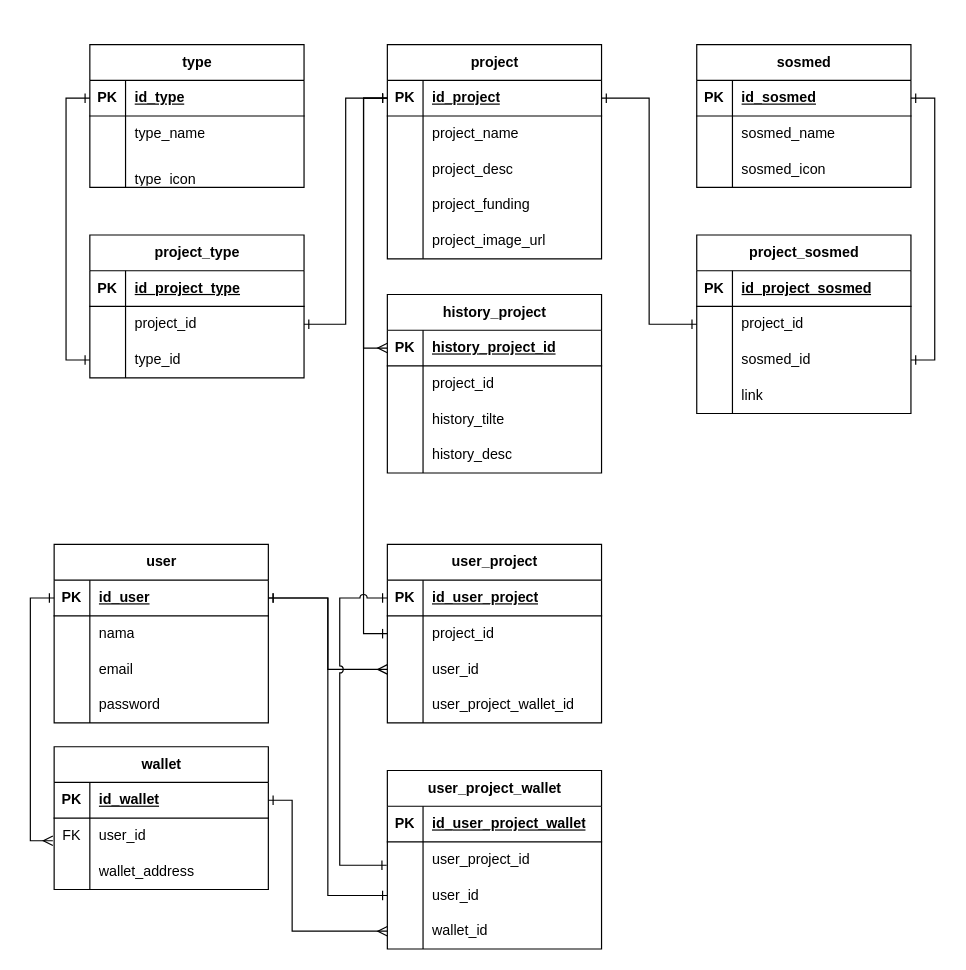
Above: gitdrop.drawio in zerodevid/database_draw_io (draw.io), before the change. Source tidied: cells renumbered, new cells numbered last; positions are measured from the earlier drawing's top-left corner, leaving out a move shared by most shapes. Both pictures are drawn from the tidied source at 119%, with x=0, y=0 at pixel (30, 44).
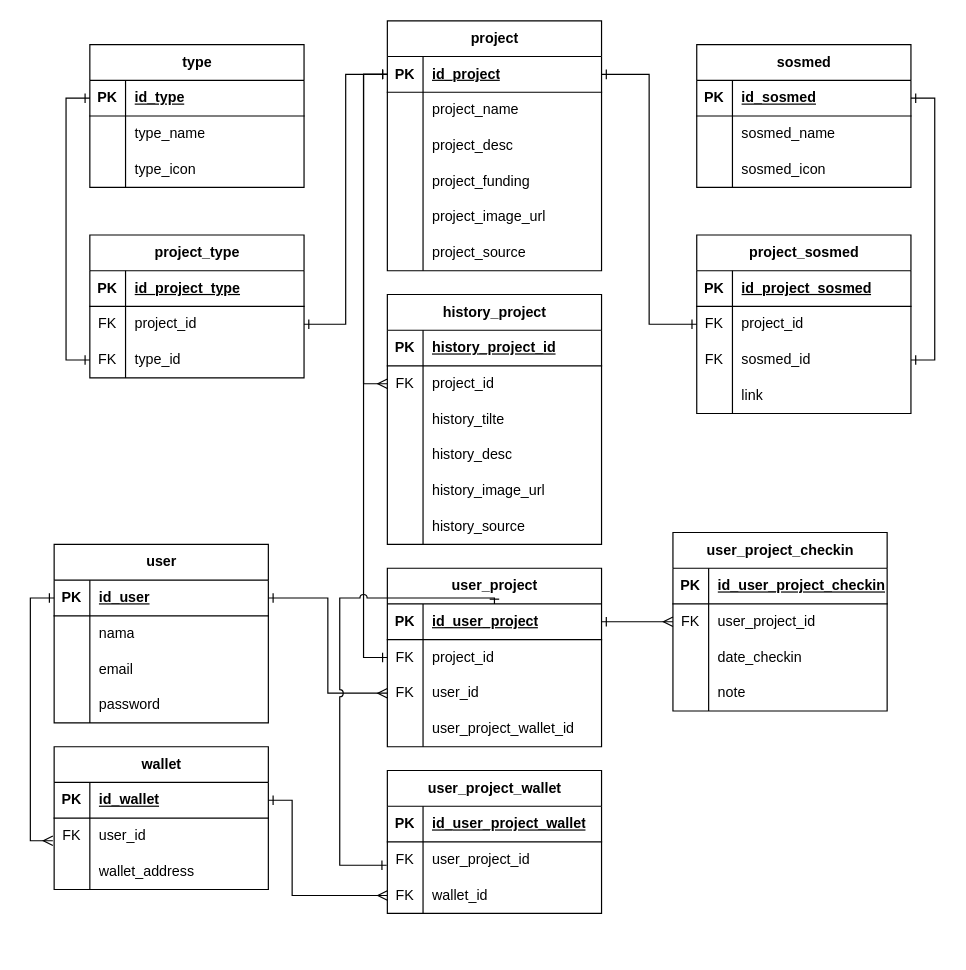
The same page after the edit.

The change refers to these unchanged cells:
```xml
<mxCell id="3" style="shape=tableRow;horizontal=0;startSize=0;swimlaneHead=0;swimlaneBody=0;fillColor=none;points=[[0,0.5],[1,0.5]];portConstraint=eastwest;top=0;left=0;right=0;bottom=1;" parent="2" vertex="1">
  <mxGeometry y="30" width="180" height="30" as="geometry" />
</mxCell>
<mxCell id="16" style="shape=tableRow;horizontal=0;startSize=0;swimlaneHead=0;swimlaneBody=0;fillColor=none;points=[[0,0.5],[1,0.5]];portConstraint=eastwest;top=0;left=0;right=0;bottom=1;" parent="15" vertex="1">
  <mxGeometry y="30" width="180" height="30" as="geometry" />
</mxCell>
<mxCell id="19" style="shape=tableRow;horizontal=0;startSize=0;swimlaneHead=0;swimlaneBody=0;fillColor=none;points=[[0,0.5],[1,0.5]];portConstraint=eastwest;top=0;left=0;right=0;bottom=0;" parent="15" vertex="1">
  <mxGeometry y="60" width="180" height="30" as="geometry" />
</mxCell>
<mxCell id="30" style="shape=tableRow;horizontal=0;startSize=0;swimlaneHead=0;swimlaneBody=0;fillColor=none;points=[[0,0.5],[1,0.5]];portConstraint=eastwest;top=0;left=0;right=0;bottom=1;" parent="29" vertex="1">
  <mxGeometry y="30" width="180" height="30" as="geometry" />
</mxCell>
<mxCell id="40" style="shape=tableRow;horizontal=0;startSize=0;swimlaneHead=0;swimlaneBody=0;fillColor=none;points=[[0,0.5],[1,0.5]];portConstraint=eastwest;top=0;left=0;right=0;bottom=1;" parent="39" vertex="1">
  <mxGeometry y="30" width="180" height="30" as="geometry" />
</mxCell>
<mxCell id="43" style="shape=tableRow;horizontal=0;startSize=0;swimlaneHead=0;swimlaneBody=0;fillColor=none;points=[[0,0.5],[1,0.5]];portConstraint=eastwest;top=0;left=0;right=0;bottom=0;" parent="39" vertex="1">
  <mxGeometry y="60" width="180" height="30" as="geometry" />
</mxCell>
<mxCell id="46" style="shape=tableRow;horizontal=0;startSize=0;swimlaneHead=0;swimlaneBody=0;fillColor=none;points=[[0,0.5],[1,0.5]];portConstraint=eastwest;top=0;left=0;right=0;bottom=0;" parent="39" vertex="1">
  <mxGeometry y="90" width="180" height="30" as="geometry" />
</mxCell>
<mxCell id="59" style="shape=tableRow;horizontal=0;startSize=0;swimlaneHead=0;swimlaneBody=0;fillColor=none;top=0;left=0;right=0;bottom=0;" parent="52" vertex="1">
  <mxGeometry y="90" width="180" height="30" as="geometry" />
</mxCell>
<mxCell id="63" style="shape=tableRow;horizontal=0;startSize=0;swimlaneHead=0;swimlaneBody=0;fillColor=none;points=[[0,0.5],[1,0.5]];portConstraint=eastwest;top=0;left=0;right=0;bottom=1;" parent="62" vertex="1">
  <mxGeometry y="30" width="180" height="30" as="geometry" />
</mxCell>
<mxCell id="92" style="shape=tableRow;horizontal=0;startSize=0;swimlaneHead=0;swimlaneBody=0;fillColor=none;points=[[0,0.5],[1,0.5]];portConstraint=eastwest;top=0;left=0;right=0;bottom=0;" parent="88" vertex="1">
  <mxGeometry y="60" width="180" height="30" as="geometry" />
</mxCell>
<mxCell id="95" style="shape=tableRow;horizontal=0;startSize=0;swimlaneHead=0;swimlaneBody=0;fillColor=none;points=[[0,0.5],[1,0.5]];portConstraint=eastwest;top=0;left=0;right=0;bottom=0;" parent="88" vertex="1">
  <mxGeometry y="90" width="180" height="30" as="geometry" />
</mxCell>
<mxCell id="105" style="shape=tableRow;horizontal=0;startSize=0;swimlaneHead=0;swimlaneBody=0;fillColor=none;points=[[0,0.5],[1,0.5]];portConstraint=eastwest;top=0;left=0;right=0;bottom=0;" parent="101" vertex="1">
  <mxGeometry y="60" width="180" height="30" as="geometry" />
</mxCell>
<mxCell id="108" style="shape=tableRow;horizontal=0;startSize=0;swimlaneHead=0;swimlaneBody=0;fillColor=none;points=[[0,0.5],[1,0.5]];portConstraint=eastwest;top=0;left=0;right=0;bottom=0;" parent="101" vertex="1">
  <mxGeometry y="90" width="180" height="30" as="geometry" />
</mxCell>
<mxCell id="122" style="shape=tableRow;horizontal=0;startSize=0;swimlaneHead=0;swimlaneBody=0;fillColor=none;points=[[0,0.5],[1,0.5]];portConstraint=eastwest;top=0;left=0;right=0;bottom=0;" parent="118" vertex="1">
  <mxGeometry y="60" width="180" height="30" as="geometry" />
</mxCell>
```

The edit, as a diff of the source:
```diff
@@
     <mxCell id="15" value="history_project" style="shape=table;startSize=30;childLayout=tableLayout;rowLines=0;fontStyle=1;align=center;html=1;" parent="1" vertex="1">
-      <mxGeometry x="300" y="210" width="180" height="150" as="geometry" />
+      <mxGeometry x="300" y="210" width="180" height="210" as="geometry" />
     </mxCell>
@@
-    <mxCell id="20" style="shape=partialRectangle;fillColor=none;top=0;left=0;bottom=0;right=0;overflow=hidden;whiteSpace=wrap;html=1;" parent="19" vertex="1">
+    <mxCell id="20" value="FK" style="shape=partialRectangle;fillColor=none;top=0;left=0;bottom=0;right=0;overflow=hidden;whiteSpace=wrap;html=1;" parent="19" vertex="1">
       <mxGeometry width="30" height="30" as="geometry" />
     </mxCell>
@@
+    <mxCell id="134" style="shape=tableRow;horizontal=0;startSize=0;swimlaneHead=0;swimlaneBody=0;fillColor=none;top=0;left=0;right=0;bottom=0;" parent="15" vertex="1">
+      <mxGeometry y="150" width="180" height="30" as="geometry" />
+    </mxCell>
+    <mxCell id="135" style="shape=partialRectangle;fillColor=none;top=0;left=0;bottom=0;right=0;overflow=hidden;whiteSpace=wrap;html=1;" parent="134" vertex="1">
+      <mxGeometry width="30" height="30" as="geometry" />
+    </mxCell>
+    <mxCell id="136" value="history_image_url" style="shape=partialRectangle;fillColor=none;top=0;left=0;bottom=0;right=0;align=left;spacingLeft=6;overflow=hidden;whiteSpace=wrap;html=1;" parent="134" vertex="1">
+      <mxGeometry x="30" width="150" height="30" as="geometry" />
+    </mxCell>
+    <mxCell id="137" style="shape=tableRow;horizontal=0;startSize=0;swimlaneHead=0;swimlaneBody=0;fillColor=none;top=0;left=0;right=0;bottom=0;" parent="15" vertex="1">
+      <mxGeometry y="180" width="180" height="30" as="geometry" />
+    </mxCell>
+    <mxCell id="138" style="shape=partialRectangle;fillColor=none;top=0;left=0;bottom=0;right=0;overflow=hidden;whiteSpace=wrap;html=1;" parent="137" vertex="1">
+      <mxGeometry width="30" height="30" as="geometry" />
+    </mxCell>
+    <mxCell id="139" value="history_source" style="shape=partialRectangle;fillColor=none;top=0;left=0;bottom=0;right=0;align=left;spacingLeft=6;overflow=hidden;whiteSpace=wrap;html=1;" parent="137" vertex="1">
+      <mxGeometry x="30" width="150" height="30" as="geometry" />
+    </mxCell>
@@
     <mxCell id="39" value="user_project" style="shape=table;startSize=30;childLayout=tableLayout;rowLines=0;fontStyle=1;align=center;html=1;" parent="1" vertex="1">
-      <mxGeometry x="300" y="420" width="180" height="150" as="geometry" />
+      <mxGeometry x="300" y="440" width="180" height="150" as="geometry" />
     </mxCell>
@@
-    <mxCell id="44" style="shape=partialRectangle;fillColor=none;top=0;left=0;bottom=0;right=0;overflow=hidden;whiteSpace=wrap;html=1;" parent="43" vertex="1">
+    <mxCell id="44" value="FK" style="shape=partialRectangle;fillColor=none;top=0;left=0;bottom=0;right=0;overflow=hidden;whiteSpace=wrap;html=1;" parent="43" vertex="1">
       <mxGeometry width="30" height="30" as="geometry" />
     </mxCell>
@@
-    <mxCell id="47" style="shape=partialRectangle;fillColor=none;top=0;left=0;bottom=0;right=0;overflow=hidden;whiteSpace=wrap;html=1;" parent="46" vertex="1">
+    <mxCell id="47" value="FK" style="shape=partialRectangle;fillColor=none;top=0;left=0;bottom=0;right=0;overflow=hidden;whiteSpace=wrap;html=1;" parent="46" vertex="1">
       <mxGeometry width="30" height="30" as="geometry" />
     </mxCell>
@@
-    <mxCell id="61" value="&lt;div&gt;&lt;br&gt;&lt;/div&gt;type_icon" style="shape=partialRectangle;fillColor=none;top=0;left=0;bottom=0;right=0;align=left;spacingLeft=6;overflow=hidden;whiteSpace=wrap;html=1;" parent="59" vertex="1">
+    <mxCell id="61" value="&lt;div&gt;&lt;span style=&quot;background-color: transparent; color: light-dark(rgb(0, 0, 0), rgb(255, 255, 255));&quot;&gt;type_icon&lt;/span&gt;&lt;/div&gt;" style="shape=partialRectangle;fillColor=none;top=0;left=0;bottom=0;right=0;align=left;spacingLeft=6;overflow=hidden;whiteSpace=wrap;html=1;" parent="59" vertex="1">
       <mxGeometry x="30" width="150" height="30" as="geometry" />
     </mxCell>
     <mxCell id="62" value="project" style="shape=table;startSize=30;childLayout=tableLayout;rowLines=0;fontStyle=1;align=center;html=1;" parent="1" vertex="1">
-      <mxGeometry x="300" width="180" height="180" as="geometry" />
+      <mxGeometry x="300" y="-20" width="180" height="210" as="geometry" />
     </mxCell>
@@
+    <mxCell id="140" style="shape=tableRow;horizontal=0;startSize=0;swimlaneHead=0;swimlaneBody=0;fillColor=none;top=0;left=0;right=0;bottom=0;" parent="62" vertex="1">
+      <mxGeometry y="180" width="180" height="30" as="geometry" />
+    </mxCell>
+    <mxCell id="141" style="shape=partialRectangle;fillColor=none;top=0;left=0;bottom=0;right=0;overflow=hidden;whiteSpace=wrap;html=1;" parent="140" vertex="1">
+      <mxGeometry width="30" height="30" as="geometry" />
+    </mxCell>
+    <mxCell id="142" value="project_source" style="shape=partialRectangle;fillColor=none;top=0;left=0;bottom=0;right=0;align=left;spacingLeft=6;overflow=hidden;whiteSpace=wrap;html=1;" parent="140" vertex="1">
+      <mxGeometry x="30" width="150" height="30" as="geometry" />
+    </mxCell>
@@
-    <mxCell id="93" style="shape=partialRectangle;fillColor=none;top=0;left=0;bottom=0;right=0;overflow=hidden;whiteSpace=wrap;html=1;" parent="92" vertex="1">
+    <mxCell id="93" value="FK" style="shape=partialRectangle;fillColor=none;top=0;left=0;bottom=0;right=0;overflow=hidden;whiteSpace=wrap;html=1;" parent="92" vertex="1">
       <mxGeometry width="30" height="30" as="geometry" />
     </mxCell>
@@
-    <mxCell id="96" style="shape=partialRectangle;fillColor=none;top=0;left=0;bottom=0;right=0;overflow=hidden;whiteSpace=wrap;html=1;" parent="95" vertex="1">
+    <mxCell id="96" value="FK" style="shape=partialRectangle;fillColor=none;top=0;left=0;bottom=0;right=0;overflow=hidden;whiteSpace=wrap;html=1;" parent="95" vertex="1">
       <mxGeometry width="30" height="30" as="geometry" />
     </mxCell>
@@
-    <mxCell id="106" style="shape=partialRectangle;fillColor=none;top=0;left=0;bottom=0;right=0;overflow=hidden;whiteSpace=wrap;html=1;" parent="105" vertex="1">
+    <mxCell id="106" value="FK" style="shape=partialRectangle;fillColor=none;top=0;left=0;bottom=0;right=0;overflow=hidden;whiteSpace=wrap;html=1;" parent="105" vertex="1">
       <mxGeometry width="30" height="30" as="geometry" />
     </mxCell>
@@
-    <mxCell id="109" style="shape=partialRectangle;fillColor=none;top=0;left=0;bottom=0;right=0;overflow=hidden;whiteSpace=wrap;html=1;" parent="108" vertex="1">
+    <mxCell id="109" value="FK" style="shape=partialRectangle;fillColor=none;top=0;left=0;bottom=0;right=0;overflow=hidden;whiteSpace=wrap;html=1;" parent="108" vertex="1">
       <mxGeometry width="30" height="30" as="geometry" />
     </mxCell>
@@
-    <mxCell id="115" style="edgeStyle=orthogonalEdgeStyle;rounded=0;jettySize=auto;html=1;entryX=0;entryY=0.5;entryDx=0;entryDy=0;startArrow=ERone;startFill=0;endArrow=ERmany;endFill=0;" parent="1" edge="1" source="63" target="16">
+    <mxCell id="115" style="edgeStyle=orthogonalEdgeStyle;rounded=0;jettySize=auto;html=1;entryX=0;entryY=0.5;entryDx=0;entryDy=0;startArrow=ERone;startFill=0;endArrow=ERmany;endFill=0;" parent="1" edge="1" source="63" target="19">
       <mxGeometry relative="1" as="geometry" />
     </mxCell>
@@
     <mxCell id="118" value="user_project_wallet" style="shape=table;startSize=30;childLayout=tableLayout;rowLines=0;fontStyle=1;align=center;html=1;" parent="1" vertex="1">
-      <mxGeometry x="300" y="610" width="180" height="150" as="geometry" />
+      <mxGeometry x="300" y="610" width="180" height="120" as="geometry" />
     </mxCell>
@@
-    <mxCell id="123" style="shape=partialRectangle;fillColor=none;top=0;left=0;bottom=0;right=0;overflow=hidden;whiteSpace=wrap;html=1;" parent="122" vertex="1">
+    <mxCell id="123" value="FK" style="shape=partialRectangle;fillColor=none;top=0;left=0;bottom=0;right=0;overflow=hidden;whiteSpace=wrap;html=1;" parent="122" vertex="1">
       <mxGeometry width="30" height="30" as="geometry" />
     </mxCell>
@@
-    <mxCell id="125" style="shape=tableRow;horizontal=0;startSize=0;swimlaneHead=0;swimlaneBody=0;fillColor=none;points=[[0,0.5],[1,0.5]];portConstraint=eastwest;top=0;left=0;right=0;bottom=0;" parent="118" vertex="1">
-      <mxGeometry y="90" width="180" height="30" as="geometry" />
-    </mxCell>
-    <mxCell id="126" style="shape=partialRectangle;fillColor=none;top=0;left=0;bottom=0;right=0;overflow=hidden;whiteSpace=wrap;html=1;" parent="125" vertex="1">
-      <mxGeometry width="30" height="30" as="geometry" />
-    </mxCell>
-    <mxCell id="127" value="user_id" style="shape=partialRectangle;fillColor=none;top=0;left=0;bottom=0;right=0;align=left;spacingLeft=6;overflow=hidden;whiteSpace=wrap;html=1;" parent="125" vertex="1">
-      <mxGeometry x="30" width="150" height="30" as="geometry" />
-    </mxCell>
     <mxCell id="128" style="shape=tableRow;horizontal=0;startSize=0;swimlaneHead=0;swimlaneBody=0;fillColor=none;points=[[0,0.5],[1,0.5]];portConstraint=eastwest;top=0;left=0;right=0;bottom=0;" parent="118" vertex="1">
-      <mxGeometry y="120" width="180" height="30" as="geometry" />
+      <mxGeometry y="90" width="180" height="30" as="geometry" />
     </mxCell>
-    <mxCell id="129" style="shape=partialRectangle;fillColor=none;top=0;left=0;bottom=0;right=0;overflow=hidden;whiteSpace=wrap;html=1;" parent="128" vertex="1">
+    <mxCell id="129" value="FK" style="shape=partialRectangle;fillColor=none;top=0;left=0;bottom=0;right=0;overflow=hidden;whiteSpace=wrap;html=1;" parent="128" vertex="1">
       <mxGeometry width="30" height="30" as="geometry" />
     </mxCell>
@@
     <mxCell id="131" style="edgeStyle=orthogonalEdgeStyle;rounded=0;jettySize=auto;html=1;entryX=0;entryY=0.5;entryDx=0;entryDy=0;endArrow=ERmany;endFill=0;startArrow=ERone;startFill=0;jumpStyle=arc;" parent="1" edge="1" source="30" target="128">
       <mxGeometry relative="1" as="geometry">
         <Array as="points">
           <mxPoint x="220" y="635" />
-          <mxPoint x="220" y="745" />
+          <mxPoint x="220" y="715" />
         </Array>
       </mxGeometry>
     </mxCell>
-    <mxCell id="132" style="edgeStyle=orthogonalEdgeStyle;rounded=0;jettySize=auto;html=1;entryX=0;entryY=0.5;entryDx=0;entryDy=0;startArrow=ERone;startFill=0;endArrow=ERone;endFill=0;jumpStyle=arc;" parent="1" edge="1" source="3" target="125">
-      <mxGeometry relative="1" as="geometry">
-        <Array as="points">
-          <mxPoint x="250" y="465" />
-          <mxPoint x="250" y="715" />
-        </Array>
-      </mxGeometry>
-    </mxCell>
@@
+    <mxCell id="143" value="user_project_checkin" style="shape=table;startSize=30;childLayout=tableLayout;rowLines=0;fontStyle=1;align=center;html=1;" parent="1" vertex="1">
+      <mxGeometry x="540" y="410" width="180" height="150" as="geometry" />
+    </mxCell>
+    <mxCell id="144" style="shape=tableRow;horizontal=0;startSize=0;swimlaneHead=0;swimlaneBody=0;fillColor=none;top=0;left=0;right=0;bottom=1;" parent="143" vertex="1">
+      <mxGeometry y="30" width="180" height="30" as="geometry" />
+    </mxCell>
+    <mxCell id="145" value="PK" style="shape=partialRectangle;fillColor=none;top=0;left=0;bottom=0;right=0;fontStyle=1;overflow=hidden;whiteSpace=wrap;html=1;" parent="144" vertex="1">
+      <mxGeometry width="30" height="30" as="geometry" />
+    </mxCell>
+    <mxCell id="146" value="id_user_project_checkin" style="shape=partialRectangle;fillColor=none;top=0;left=0;bottom=0;right=0;align=left;spacingLeft=6;fontStyle=5;overflow=hidden;whiteSpace=wrap;html=1;" parent="144" vertex="1">
+      <mxGeometry x="30" width="150" height="30" as="geometry" />
+    </mxCell>
+    <mxCell id="147" style="shape=tableRow;horizontal=0;startSize=0;swimlaneHead=0;swimlaneBody=0;fillColor=none;points=[[0,0.5],[1,0.5]];portConstraint=eastwest;top=0;left=0;right=0;bottom=0;" parent="143" vertex="1">
+      <mxGeometry y="60" width="180" height="30" as="geometry" />
+    </mxCell>
+    <mxCell id="148" value="FK" style="shape=partialRectangle;fillColor=none;top=0;left=0;bottom=0;right=0;overflow=hidden;whiteSpace=wrap;html=1;" parent="147" vertex="1">
+      <mxGeometry width="30" height="30" as="geometry" />
+    </mxCell>
+    <mxCell id="149" value="user_project_id" style="shape=partialRectangle;fillColor=none;top=0;left=0;bottom=0;right=0;align=left;spacingLeft=6;overflow=hidden;whiteSpace=wrap;html=1;" parent="147" vertex="1">
+      <mxGeometry x="30" width="150" height="30" as="geometry" />
+    </mxCell>
+    <mxCell id="125" style="shape=tableRow;horizontal=0;startSize=0;swimlaneHead=0;swimlaneBody=0;fillColor=none;points=[[0,0.5],[1,0.5]];portConstraint=eastwest;top=0;left=0;right=0;bottom=0;" parent="143" vertex="1">
+      <mxGeometry y="90" width="180" height="30" as="geometry" />
+    </mxCell>
+    <mxCell id="150" style="shape=partialRectangle;fillColor=none;top=0;left=0;bottom=0;right=0;overflow=hidden;whiteSpace=wrap;html=1;" parent="125" vertex="1">
+      <mxGeometry width="30" height="30" as="geometry" />
+    </mxCell>
+    <mxCell id="151" value="&lt;span style=&quot;text-align: center; text-wrap-mode: nowrap;&quot;&gt;date_checkin&lt;/span&gt;" style="shape=partialRectangle;fillColor=none;top=0;left=0;bottom=0;right=0;align=left;spacingLeft=6;overflow=hidden;whiteSpace=wrap;html=1;" parent="125" vertex="1">
+      <mxGeometry x="30" width="150" height="30" as="geometry" />
+    </mxCell>
+    <mxCell id="152" style="shape=tableRow;horizontal=0;startSize=0;swimlaneHead=0;swimlaneBody=0;fillColor=none;top=0;left=0;right=0;bottom=0;" parent="143" vertex="1">
+      <mxGeometry y="120" width="180" height="30" as="geometry" />
+    </mxCell>
+    <mxCell id="153" style="shape=partialRectangle;fillColor=none;top=0;left=0;bottom=0;right=0;overflow=hidden;whiteSpace=wrap;html=1;" parent="152" vertex="1">
+      <mxGeometry width="30" height="30" as="geometry" />
+    </mxCell>
+    <mxCell id="154" value="&lt;div style=&quot;text-align: center;&quot;&gt;&lt;span style=&quot;background-color: transparent; color: light-dark(rgb(0, 0, 0), rgb(255, 255, 255)); text-wrap-mode: nowrap;&quot;&gt;note&lt;/span&gt;&lt;/div&gt;" style="shape=partialRectangle;fillColor=none;top=0;left=0;bottom=0;right=0;align=left;spacingLeft=6;overflow=hidden;whiteSpace=wrap;html=1;" parent="152" vertex="1">
+      <mxGeometry x="30" width="150" height="30" as="geometry" />
+    </mxCell>
+    <mxCell id="155" style="edgeStyle=orthogonalEdgeStyle;rounded=0;jettySize=auto;html=1;entryX=0;entryY=0.5;entryDx=0;entryDy=0;startArrow=ERone;startFill=0;endArrow=ERmany;endFill=0;" parent="1" edge="1" source="40" target="147">
+      <mxGeometry relative="1" as="geometry" />
+    </mxCell>
```
